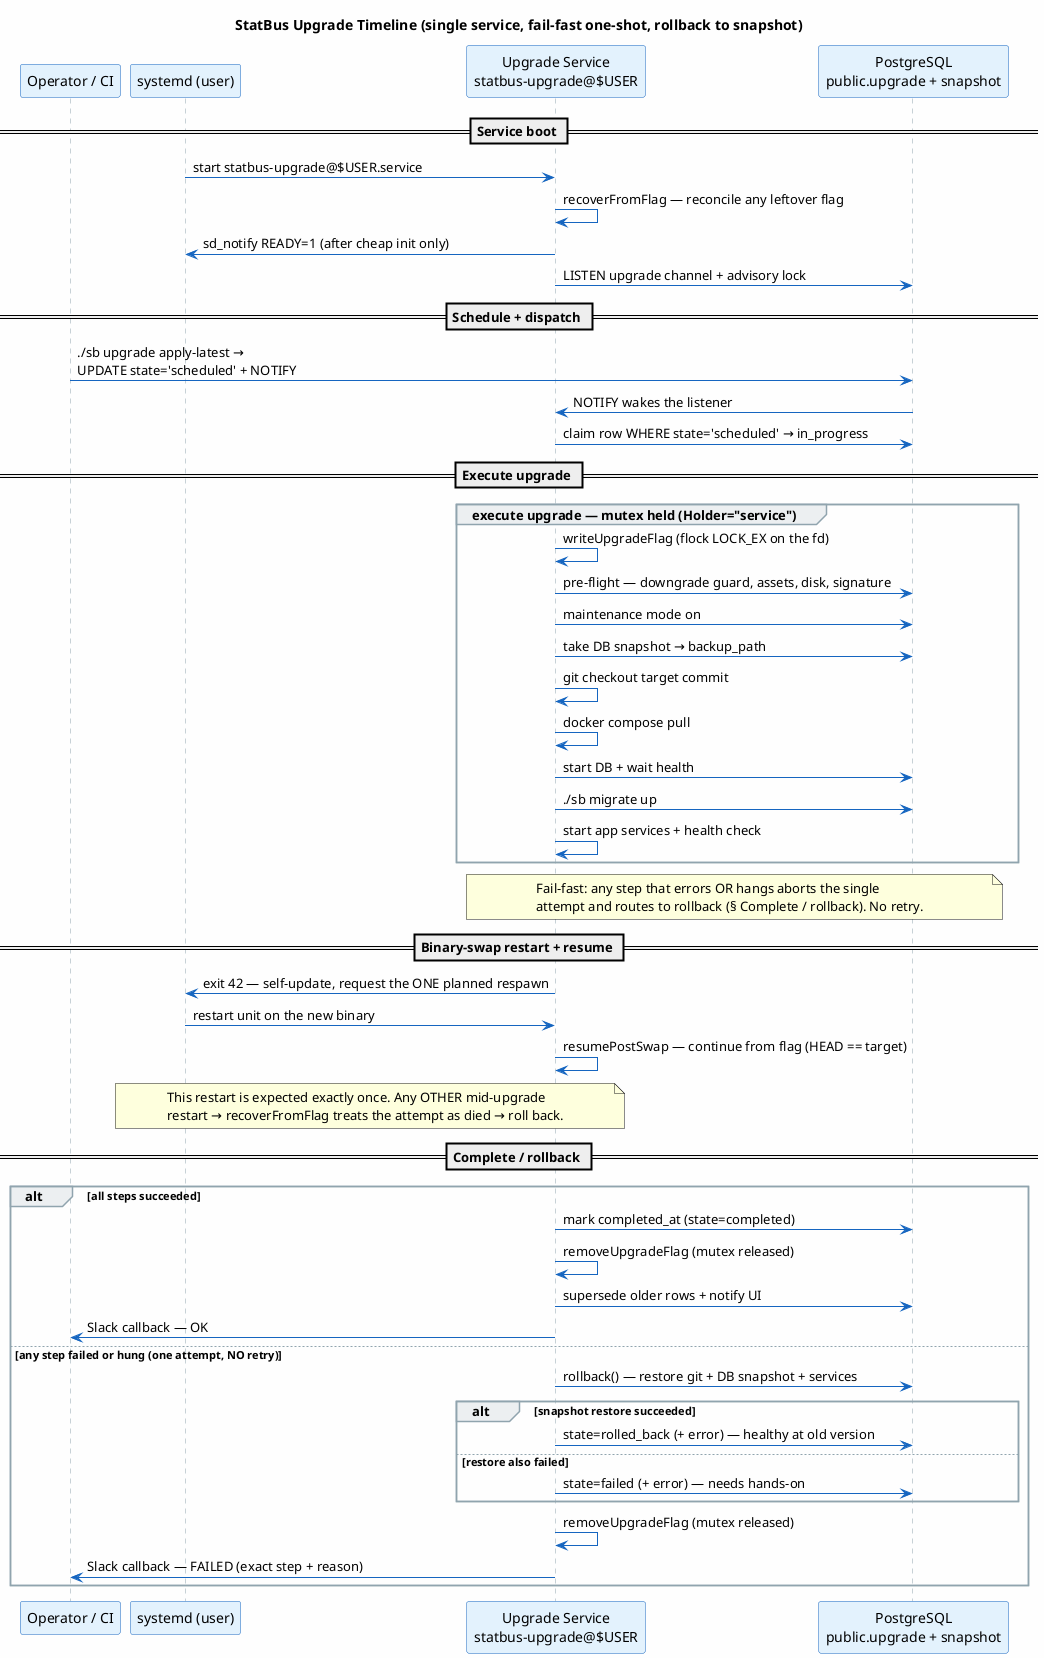
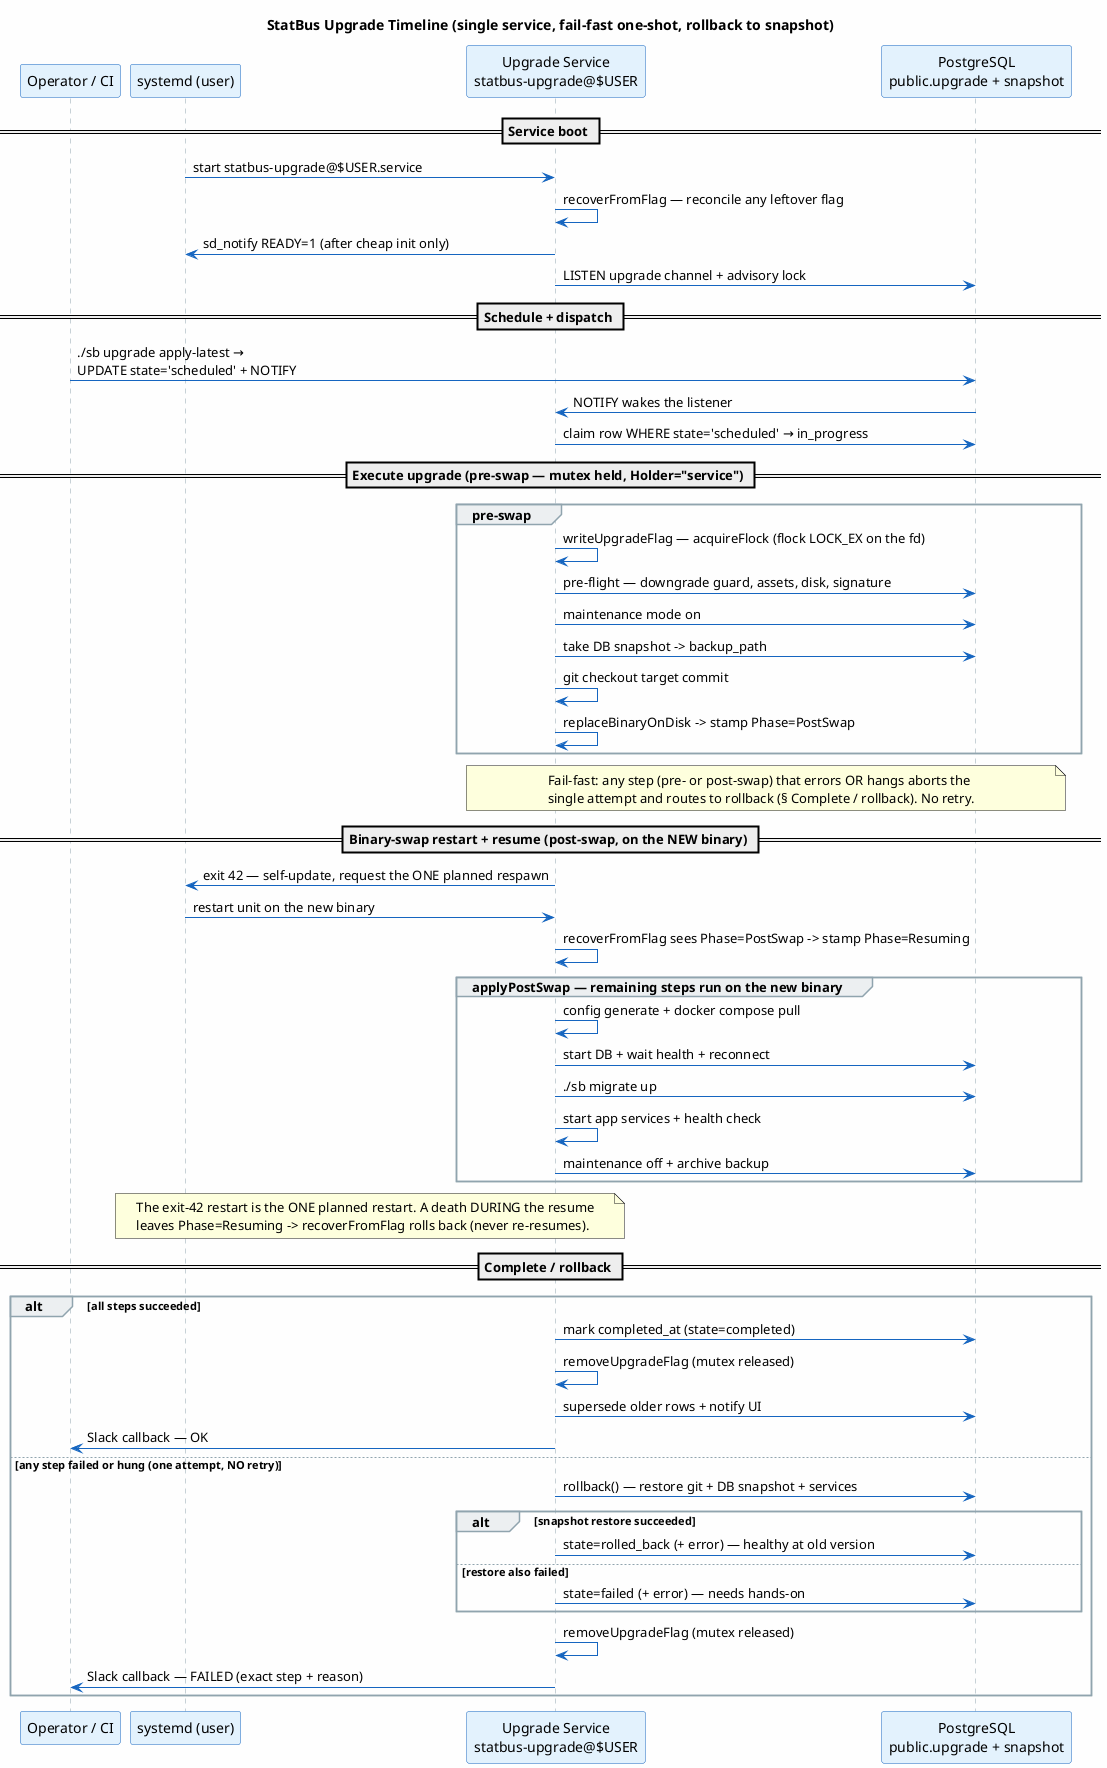
@startuml upgrade-timeline
' Authoritative sequence diagram for doc/upgrade-timeline.md.
' The `==` bands are the citable named phases — keep them in sync with the
' `##` section headers in upgrade-timeline.md so code comments can cite
' "see upgrade-timeline.md § <band>".
skinparam backgroundColor #FEFEFE
skinparam sequence {
    ArrowColor #1565C0
    LifeLineBorderColor #90A4AE
    ParticipantBorderColor #1565C0
    ParticipantBackgroundColor #E3F2FD
    GroupBackgroundColor #ECEFF1
    GroupBorderColor #90A4AE
}

title StatBus Upgrade Timeline (single service, fail-fast one-shot, rollback to snapshot)

participant "Operator / CI" as cici
participant "systemd (user)" as systemd
participant "Upgrade Service\nstatbus-upgrade@$USER" as service
participant "PostgreSQL\npublic.upgrade + snapshot" as db

== Service boot ==
systemd -> service : start statbus-upgrade@$USER.service
service -> service : recoverFromFlag — reconcile any leftover flag
service -> systemd : sd_notify READY=1 (after cheap init only)
service -> db : LISTEN upgrade channel + advisory lock

== Schedule + dispatch ==
cici -> db : ./sb upgrade apply-latest →\nUPDATE state='scheduled' + NOTIFY
db -> service : NOTIFY wakes the listener
service -> db : claim row WHERE state='scheduled' → in_progress

- == Execute upgrade ==
- group execute upgrade — mutex held (Holder="service")
-     service -> service : writeUpgradeFlag (flock LOCK_EX on the fd)
+ == Execute upgrade (pre-swap — mutex held, Holder="service") ==
+ group pre-swap
+     service -> service : writeUpgradeFlag — acquireFlock (flock LOCK_EX on the fd)
    service -> db : pre-flight — downgrade guard, assets, disk, signature
    service -> db : maintenance mode on
-     service -> db : take DB snapshot → backup_path
+     service -> db : take DB snapshot -> backup_path
    service -> service : git checkout target commit
-     service -> service : docker compose pull
-     service -> db : start DB + wait health
+     service -> service : replaceBinaryOnDisk -> stamp Phase=PostSwap
+ end
+ note over service, db
+   Fail-fast: any step (pre- or post-swap) that errors OR hangs aborts the
+   single attempt and routes to rollback (§ Complete / rollback). No retry.
+ end note
+ 
+ == Binary-swap restart + resume (post-swap, on the NEW binary) ==
+ service -> systemd : exit 42 — self-update, request the ONE planned respawn
+ systemd -> service : restart unit on the new binary
+ service -> service : recoverFromFlag sees Phase=PostSwap -> stamp Phase=Resuming
+ group applyPostSwap — remaining steps run on the new binary
+     service -> service : config generate + docker compose pull
+     service -> db : start DB + wait health + reconnect
    service -> db : ./sb migrate up
    service -> service : start app services + health check
+     service -> db : maintenance off + archive backup
end
- note over service, db
-   Fail-fast: any step that errors OR hangs aborts the single
-   attempt and routes to rollback (§ Complete / rollback). No retry.
- end note
- 
- == Binary-swap restart + resume ==
- service -> systemd : exit 42 — self-update, request the ONE planned respawn
- systemd -> service : restart unit on the new binary
- service -> service : resumePostSwap — continue from flag (HEAD == target)
note over systemd, service
-   This restart is expected exactly once. Any OTHER mid-upgrade
-   restart → recoverFromFlag treats the attempt as died → roll back.
+   The exit-42 restart is the ONE planned restart. A death DURING the resume
+   leaves Phase=Resuming -> recoverFromFlag rolls back (never re-resumes).
end note

== Complete / rollback ==
alt all steps succeeded
    service -> db : mark completed_at (state=completed)
    service -> service : removeUpgradeFlag (mutex released)
    service -> db : supersede older rows + notify UI
    service -> cici : Slack callback — OK
else any step failed or hung (one attempt, NO retry)
    service -> db : rollback() — restore git + DB snapshot + services
    alt snapshot restore succeeded
        service -> db : state=rolled_back (+ error) — healthy at old version
    else restore also failed
        service -> db : state=failed (+ error) — needs hands-on
    end
    service -> service : removeUpgradeFlag (mutex released)
    service -> cici : Slack callback — FAILED (exact step + reason)
end

@enduml
